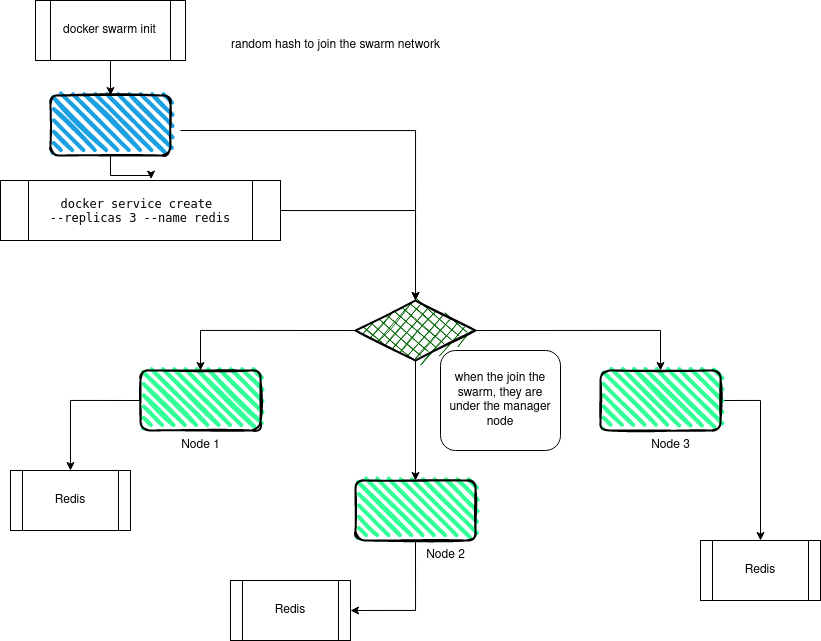
Earlier version of the draw.io export docker-swarm.drawio.drawio.png (Masum-Osman/diagrams.io-draws). Source tidied: cells renumbered, new cells last; positions are measured from the earlier drawing's top-left corner, leaving out a move shared by most shapes.
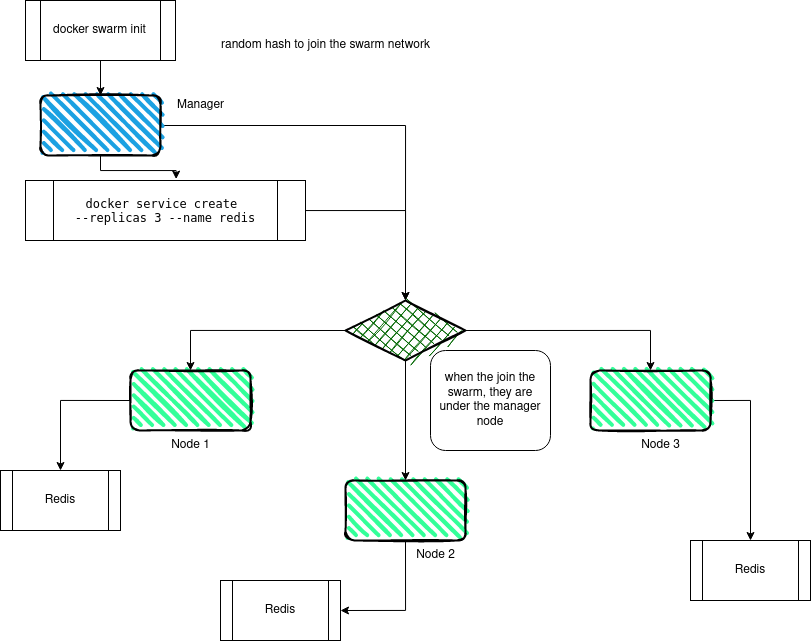
Above is the later version.

Change to the diagram source:
```diff
@@ -2,10 +2,8 @@
   <root>
     <mxCell id="0" />
     <mxCell id="1" parent="0" />
-    <mxCell id="2" style="edgeStyle=orthogonalEdgeStyle;rounded=0;jettySize=auto;html=1;entryX=0.5;entryY=0;entryDx=0;entryDy=0;" parent="1" edge="1" target="16">
-      <mxGeometry relative="1" as="geometry">
-        <mxPoint x="180" y="130" as="sourcePoint" />
-      </mxGeometry>
+    <mxCell id="2" style="edgeStyle=orthogonalEdgeStyle;rounded=0;jettySize=auto;html=1;entryX=0.5;entryY=0;entryDx=0;entryDy=0;exitX=1;exitY=0.5;exitDx=0;exitDy=0;" parent="1" edge="1" source="6" target="16">
+      <mxGeometry relative="1" as="geometry" />
     </mxCell>
     <mxCell id="3" value="&lt;div&gt;when the join the swarm, they are under the manager node&lt;/div&gt;" style="rounded=1;whiteSpace=wrap;html=1;" parent="1" vertex="1">
       <mxGeometry x="440" y="350" width="120" height="100" as="geometry" />
@@ -14,7 +12,12 @@
       <mxGeometry x="220" y="30" width="230" height="30" as="geometry" />
     </mxCell>
     <mxCell id="5" style="edgeStyle=orthogonalEdgeStyle;rounded=0;jettySize=auto;html=1;exitX=0.5;exitY=1;exitDx=0;exitDy=0;entryX=0.538;entryY=-0.023;entryDx=0;entryDy=0;entryPerimeter=0;" parent="1" edge="1" source="6" target="22">
-      <mxGeometry relative="1" as="geometry" />
+      <mxGeometry relative="1" as="geometry">
+        <Array as="points">
+          <mxPoint x="110" y="170" />
+          <mxPoint x="186" y="170" />
+        </Array>
+      </mxGeometry>
     </mxCell>
     <mxCell id="6" style="rounded=1;whiteSpace=wrap;html=1;strokeWidth=2;fillWeight=4;hachureGap=8;hachureAngle=45;fillColor=#1ba1e2;sketch=1;" parent="1" vertex="1">
       <mxGeometry x="50" y="95" width="120" height="60" as="geometry" />
@@ -65,7 +68,7 @@
       <mxGeometry relative="1" as="geometry" />
     </mxCell>
     <mxCell id="22" value="&lt;pre class=&quot;highlight&quot;&gt;&lt;code&gt;docker service create &lt;span class=&quot;nt&quot;&gt;&lt;br&gt;--replicas&lt;/span&gt; 3 &lt;span class=&quot;nt&quot;&gt;--name&lt;/span&gt; redis&lt;/code&gt;&lt;/pre&gt;" style="shape=process;whiteSpace=wrap;html=1;backgroundOutline=1;fillColor=none;" parent="1" vertex="1">
-      <mxGeometry y="180" width="280" height="60" as="geometry" />
+      <mxGeometry x="35" y="180" width="280" height="60" as="geometry" />
     </mxCell>
     <mxCell id="23" value="&lt;div&gt;Redis &lt;br&gt;&lt;/div&gt;" style="shape=process;whiteSpace=wrap;html=1;backgroundOutline=1;fillColor=none;" parent="1" vertex="1">
       <mxGeometry x="10" y="470" width="120" height="60" as="geometry" />
@@ -82,5 +85,8 @@
     <mxCell id="27" value="docker swarm init" style="shape=process;whiteSpace=wrap;html=1;backgroundOutline=1;fillColor=none;" parent="1" vertex="1">
       <mxGeometry x="35" width="150" height="60" as="geometry" />
     </mxCell>
+    <mxCell id="28" value="&lt;div&gt;Manager&lt;/div&gt;" style="text;html=1;align=center;verticalAlign=middle;strokeColor=none;fillColor=none;" parent="1" vertex="1">
+      <mxGeometry x="175" y="90" width="70" height="30" as="geometry" />
+    </mxCell>
   </root>
 </mxGraphModel>
```
